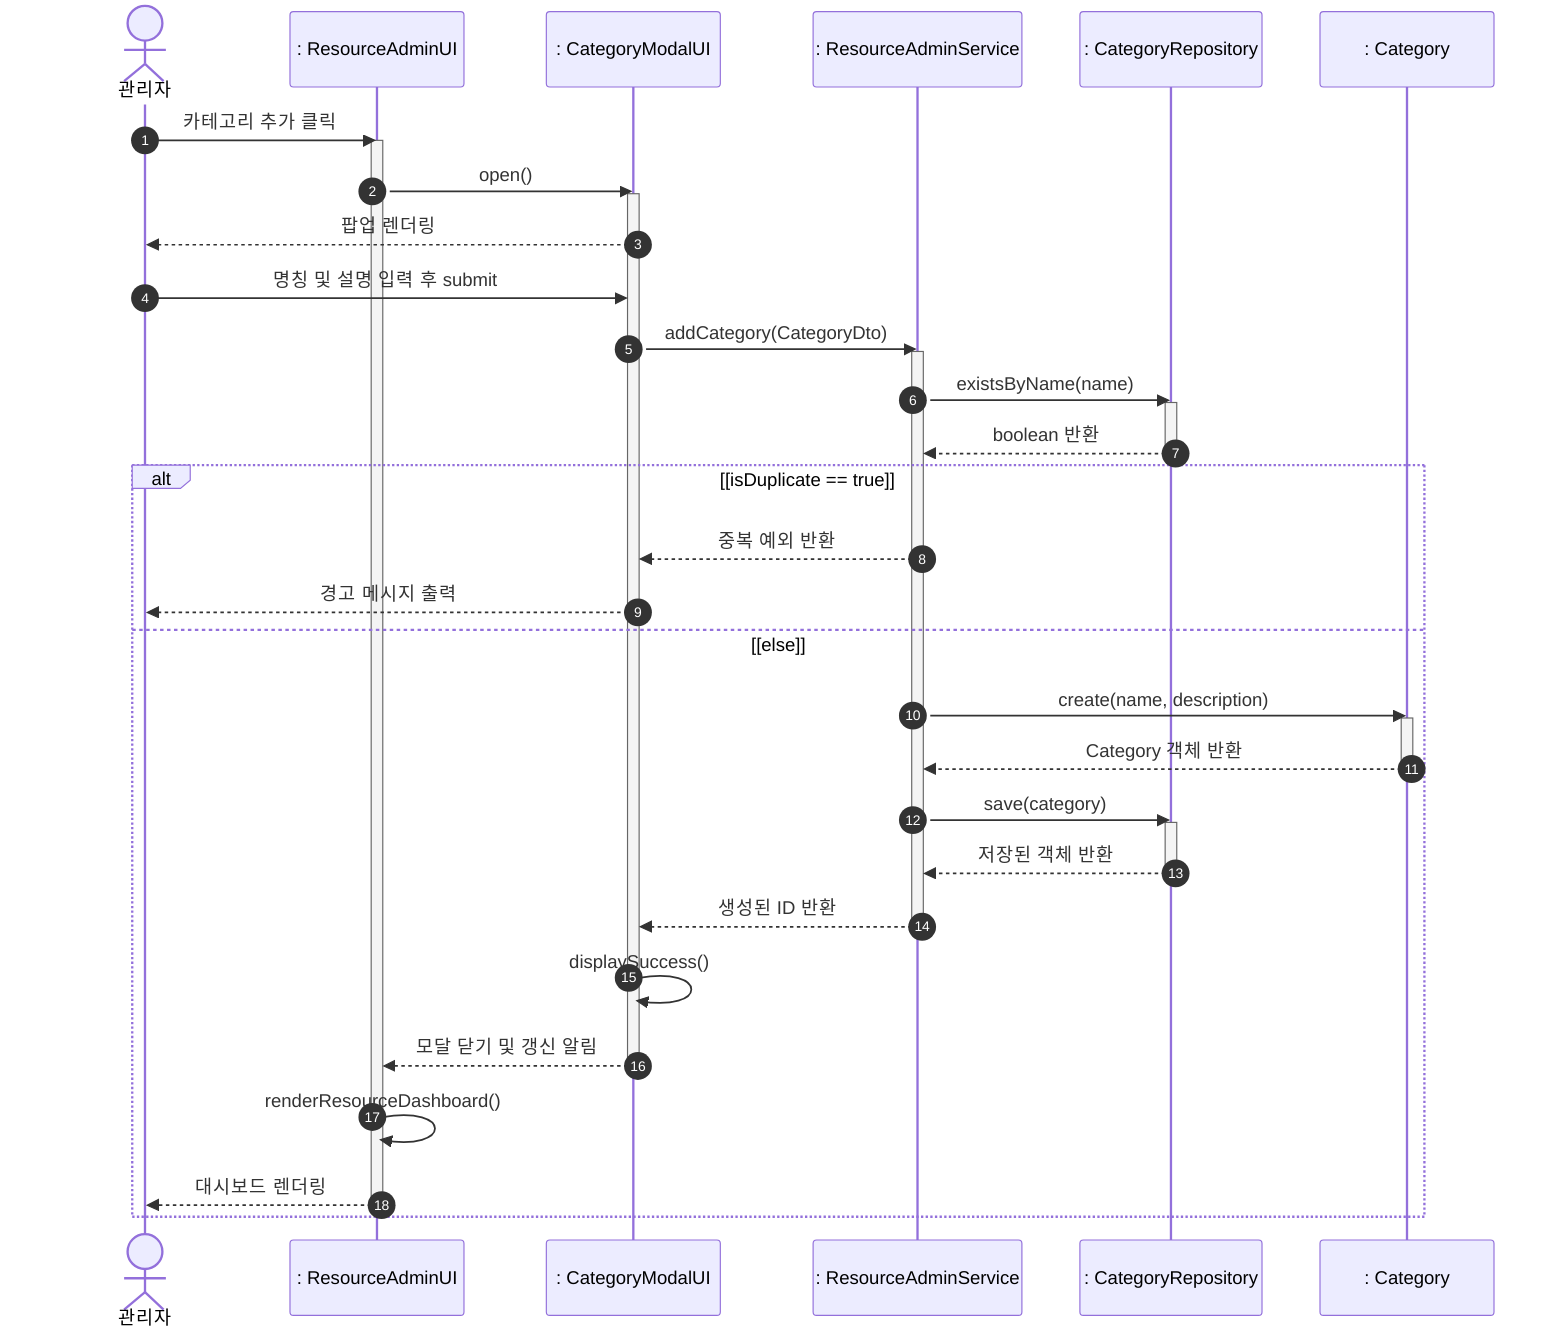
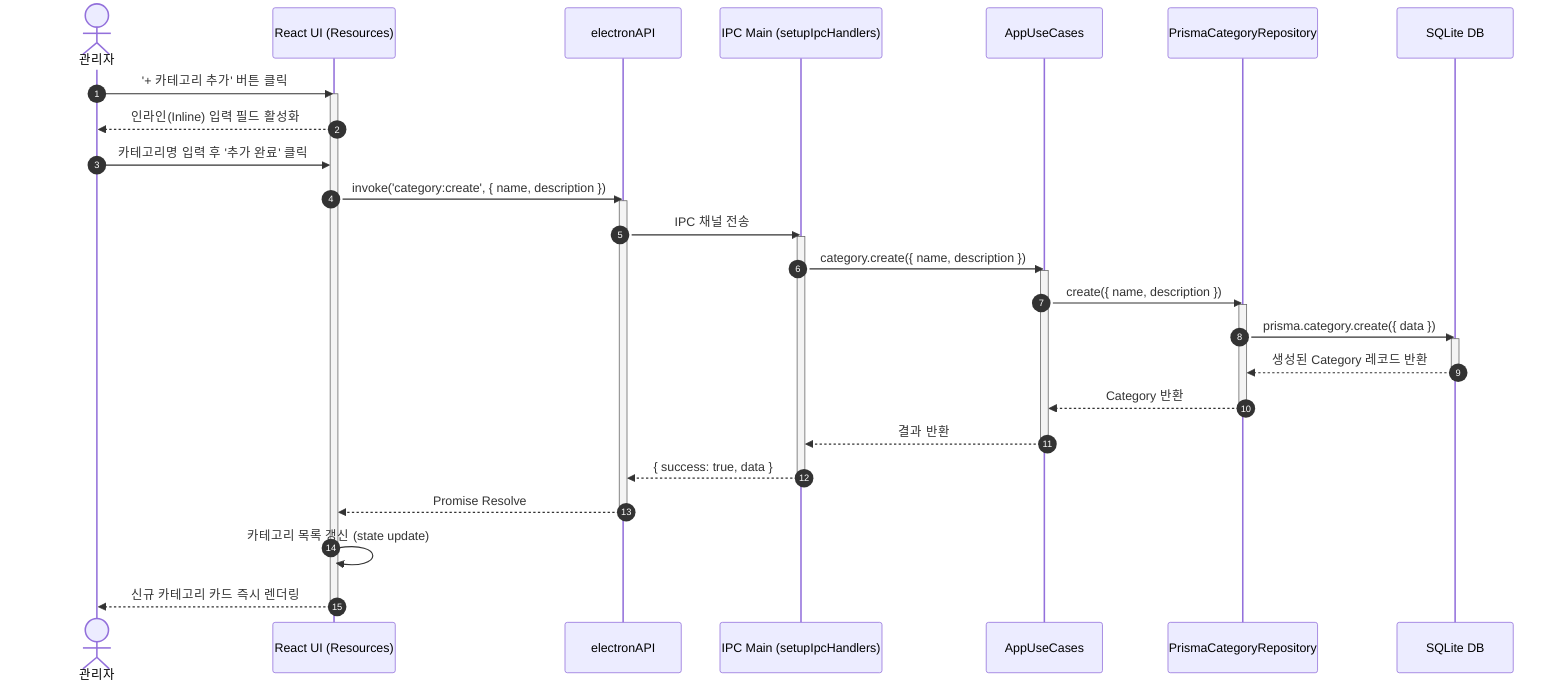
sequenceDiagram
    autonumber
    actor Admin as 관리자
-     participant UI as : ResourceAdminUI
-     participant Modal as : CategoryModalUI
-     participant Service as : ResourceAdminService
-     participant Repo as : CategoryRepository
-     participant Entity as : Category
+     participant UI as React UI (Resources)
+     participant Preload as electronAPI
+     participant IPC as IPC Main (setupIpcHandlers)
+     participant UC as AppUseCases
+     participant Repo as PrismaCategoryRepository
+     participant DB as SQLite DB

-     Admin->>UI: 카테고리 추가 클릭
+     Admin->>UI: '+ 카테고리 추가' 버튼 클릭
    activate UI
-     UI->>Modal: open()
-     activate Modal
-     Modal-->>Admin: 팝업 렌더링
+     UI-->>Admin: 인라인(Inline) 입력 필드 활성화

-     Admin->>Modal: 명칭 및 설명 입력 후 submit
-     Modal->>Service: addCategory(CategoryDto)
-     activate Service
- 
-     Service->>Repo: existsByName(name)
+     Admin->>UI: 카테고리명 입력 후 '추가 완료' 클릭
+     UI->>Preload: invoke('category:create', { name, description })
+     activate Preload
+     Preload->>IPC: IPC 채널 전송
+     activate IPC
+     IPC->>UC: category.create({ name, description })
+     activate UC
+     UC->>Repo: create({ name, description })
    activate Repo
-     Repo-->>Service: boolean 반환
+     Repo->>DB: prisma.category.create({ data })
+     activate DB
+     DB-->>Repo: 생성된 Category 레코드 반환
+     deactivate DB
+     Repo-->>UC: Category 반환
    deactivate Repo
- 
-     alt [isDuplicate == true]
-         Service-->>Modal: 중복 예외 반환
-         Modal-->>Admin: 경고 메시지 출력
- 
-     else [else]
-         Service->>Entity: create(name, description)
-         activate Entity
-         Entity-->>Service: Category 객체 반환
-         deactivate Entity
- 
-         Service->>Repo: save(category)
-         activate Repo
-         Repo-->>Service: 저장된 객체 반환
-         deactivate Repo
- 
-         Service-->>Modal: 생성된 ID 반환
-         deactivate Service
- 
-         Modal->>Modal: displaySuccess()
-         Modal-->>UI: 모달 닫기 및 갱신 알림
-         deactivate Modal
- 
-         UI->>UI: renderResourceDashboard()
-         UI-->>Admin: 대시보드 렌더링
-         deactivate UI
-     end+     UC-->>IPC: 결과 반환
+     deactivate UC
+     IPC-->>Preload: { success: true, data }
+     deactivate IPC
+     Preload-->>UI: Promise Resolve
+     deactivate Preload
+     UI->>UI: 카테고리 목록 갱신 (state update)
+     UI-->>Admin: 신규 카테고리 카드 즉시 렌더링
+     deactivate UI
